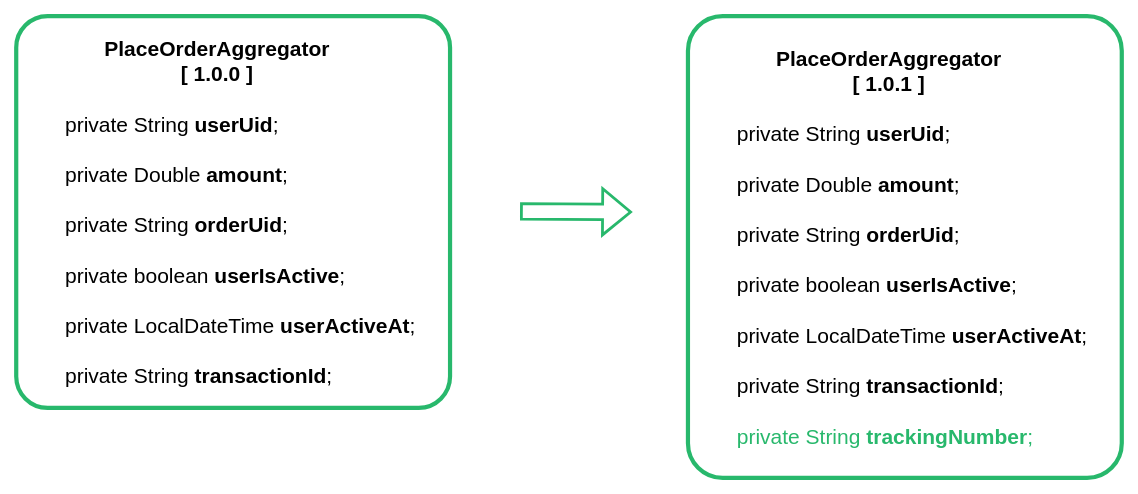
Above: resources/img/Architecture-Stacksaga-aggregator-version-up-casting.drawio.svg in mafei-dev/stacksaga-adoc (draw.io), before the change. Source tidied: cells renumbered, new cells last; positions are measured from the earlier drawing's top-left corner, leaving out a move shared by most shapes. Its diagram source:
```xml
<mxGraphModel>
  <root>
    <mxCell id="0" />
    <mxCell id="1" parent="0" />
    <mxCell id="2" value="&lt;div style=&quot;text-align: center;&quot;&gt;&lt;span style=&quot;font-size: 15px;&quot;&gt;&lt;b&gt;PlaceOrderAggregator&lt;/b&gt;&lt;/span&gt;&lt;br&gt;&lt;/div&gt;&lt;div style=&quot;text-align: center;&quot;&gt;&lt;b style=&quot;font-size: 15px;&quot;&gt;[ 1.0.1 ]&lt;/b&gt;&lt;br&gt;&lt;/div&gt;&lt;div style=&quot;font-size: 15px;&quot;&gt;&lt;br&gt;&lt;/div&gt;&lt;div style=&quot;font-size: 15px;&quot;&gt;&lt;font style=&quot;font-size: 15px;&quot;&gt;&lt;span style=&quot;&quot;&gt;&#9;&lt;/span&gt;&lt;span style=&quot;&quot;&gt;&#9;&lt;/span&gt;&lt;span style=&quot;&quot;&gt;&#9;&lt;/span&gt;&lt;span style=&quot;white-space: pre;&quot;&gt;&#9;&lt;/span&gt;private String &lt;b&gt;userUid&lt;/b&gt;;&lt;/font&gt;&lt;/div&gt;&lt;div style=&quot;font-size: 15px;&quot;&gt;&lt;font style=&quot;font-size: 15px;&quot;&gt;&lt;br&gt;&lt;/font&gt;&lt;/div&gt;&lt;div style=&quot;font-size: 15px;&quot;&gt;&lt;font style=&quot;font-size: 15px;&quot;&gt;&amp;nbsp; &amp;nbsp; &amp;nbsp; &amp;nbsp; private Double &lt;b&gt;amount&lt;/b&gt;;&lt;/font&gt;&lt;/div&gt;&lt;div style=&quot;font-size: 15px;&quot;&gt;&lt;font style=&quot;font-size: 15px;&quot;&gt;&lt;br&gt;&lt;/font&gt;&lt;/div&gt;&lt;div style=&quot;font-size: 15px;&quot;&gt;&lt;font style=&quot;font-size: 15px;&quot;&gt;&amp;nbsp; &amp;nbsp; &amp;nbsp; &amp;nbsp; private String &lt;b&gt;orderUid&lt;/b&gt;;&lt;/font&gt;&lt;/div&gt;&lt;div style=&quot;font-size: 15px;&quot;&gt;&lt;font style=&quot;font-size: 15px;&quot;&gt;&lt;br&gt;&lt;/font&gt;&lt;/div&gt;&lt;div style=&quot;font-size: 15px;&quot;&gt;&lt;font style=&quot;font-size: 15px;&quot;&gt;&amp;nbsp; &amp;nbsp; &amp;nbsp; &amp;nbsp; private boolean &lt;b&gt;userIsActive&lt;/b&gt;;&lt;/font&gt;&lt;/div&gt;&lt;div style=&quot;font-size: 15px;&quot;&gt;&lt;font style=&quot;font-size: 15px;&quot;&gt;&lt;br&gt;&lt;/font&gt;&lt;/div&gt;&lt;div style=&quot;font-size: 15px;&quot;&gt;&lt;font style=&quot;font-size: 15px;&quot;&gt;&amp;nbsp; &amp;nbsp; &amp;nbsp; &amp;nbsp; private LocalDateTime &lt;b&gt;userActiveAt&lt;/b&gt;;&lt;/font&gt;&lt;/div&gt;&lt;div style=&quot;font-size: 15px;&quot;&gt;&lt;font style=&quot;font-size: 15px;&quot;&gt;&lt;br&gt;&lt;/font&gt;&lt;/div&gt;&lt;div style=&quot;font-size: 15px;&quot;&gt;&lt;font style=&quot;font-size: 15px;&quot;&gt;&amp;nbsp; &amp;nbsp; &amp;nbsp; &amp;nbsp; private String &lt;b&gt;transactionId&lt;/b&gt;;&lt;/font&gt;&lt;/div&gt;&lt;div style=&quot;font-size: 15px;&quot;&gt;&lt;font style=&quot;font-size: 15px;&quot;&gt;&lt;span style=&quot;&quot;&gt;&#9;&lt;/span&gt;&lt;br&gt;&lt;/font&gt;&lt;/div&gt;&lt;div style=&quot;font-size: 15px;&quot;&gt;&lt;/div&gt;&lt;span style=&quot;font-size: 15px;&quot;&gt;&lt;span style=&quot;white-space: pre;&quot;&gt;&#9;&lt;/span&gt;&lt;font color=&quot;#28b86c&quot;&gt;private String &lt;b style=&quot;&quot;&gt;trackingNumber&lt;/b&gt;;&lt;/font&gt;&lt;/span&gt;" style="rounded=1;whiteSpace=wrap;html=1;align=left;arcSize=8;strokeColor=#28B86C;strokeWidth=3;" parent="1" vertex="1">
      <mxGeometry x="480" width="310" height="330" as="geometry" />
    </mxCell>
    <mxCell id="3" value="&lt;div style=&quot;text-align: center;&quot;&gt;&lt;span style=&quot;font-size: 15px;&quot;&gt;&lt;b&gt;PlaceOrderAggregator&lt;/b&gt;&lt;/span&gt;&lt;br&gt;&lt;/div&gt;&lt;div style=&quot;text-align: center;&quot;&gt;&lt;b style=&quot;font-size: 15px;&quot;&gt;[ 1.0.0 ]&lt;/b&gt;&lt;br&gt;&lt;/div&gt;&lt;div style=&quot;font-size: 15px;&quot;&gt;&lt;br&gt;&lt;/div&gt;&lt;div style=&quot;font-size: 15px;&quot;&gt;&lt;font style=&quot;font-size: 15px;&quot;&gt;&lt;span style=&quot;&quot;&gt;&#9;&lt;/span&gt;&lt;span style=&quot;&quot;&gt;&#9;&lt;/span&gt;&lt;span style=&quot;white-space: pre;&quot;&gt;&#9;&lt;/span&gt;private String &lt;b&gt;userUid&lt;/b&gt;;&lt;/font&gt;&lt;/div&gt;&lt;div style=&quot;font-size: 15px;&quot;&gt;&lt;font style=&quot;font-size: 15px;&quot;&gt;&lt;br&gt;&lt;/font&gt;&lt;/div&gt;&lt;div style=&quot;font-size: 15px;&quot;&gt;&lt;font style=&quot;font-size: 15px;&quot;&gt;&amp;nbsp; &amp;nbsp; &amp;nbsp; &amp;nbsp; private Double &lt;b&gt;amount&lt;/b&gt;;&lt;/font&gt;&lt;/div&gt;&lt;div style=&quot;font-size: 15px;&quot;&gt;&lt;font style=&quot;font-size: 15px;&quot;&gt;&lt;br&gt;&lt;/font&gt;&lt;/div&gt;&lt;div style=&quot;font-size: 15px;&quot;&gt;&lt;font style=&quot;font-size: 15px;&quot;&gt;&amp;nbsp; &amp;nbsp; &amp;nbsp; &amp;nbsp; private String &lt;b&gt;orderUid&lt;/b&gt;;&lt;/font&gt;&lt;/div&gt;&lt;div style=&quot;font-size: 15px;&quot;&gt;&lt;font style=&quot;font-size: 15px;&quot;&gt;&lt;br&gt;&lt;/font&gt;&lt;/div&gt;&lt;div style=&quot;font-size: 15px;&quot;&gt;&lt;font style=&quot;font-size: 15px;&quot;&gt;&amp;nbsp; &amp;nbsp; &amp;nbsp; &amp;nbsp; private boolean &lt;b&gt;userIsActive&lt;/b&gt;;&lt;/font&gt;&lt;/div&gt;&lt;div style=&quot;font-size: 15px;&quot;&gt;&lt;font style=&quot;font-size: 15px;&quot;&gt;&lt;br&gt;&lt;/font&gt;&lt;/div&gt;&lt;div style=&quot;font-size: 15px;&quot;&gt;&lt;font style=&quot;font-size: 15px;&quot;&gt;&amp;nbsp; &amp;nbsp; &amp;nbsp; &amp;nbsp; private LocalDateTime &lt;b&gt;userActiveAt&lt;/b&gt;;&lt;/font&gt;&lt;/div&gt;&lt;div style=&quot;font-size: 15px;&quot;&gt;&lt;font style=&quot;font-size: 15px;&quot;&gt;&lt;br&gt;&lt;/font&gt;&lt;/div&gt;&lt;div style=&quot;font-size: 15px;&quot;&gt;&lt;font style=&quot;font-size: 15px;&quot;&gt;&amp;nbsp; &amp;nbsp; &amp;nbsp; &amp;nbsp; private String &lt;b&gt;transactionId&lt;/b&gt;;&lt;/font&gt;&lt;/div&gt;" style="rounded=1;whiteSpace=wrap;html=1;align=left;arcSize=8;strokeColor=#28B86C;strokeWidth=3;" parent="1" vertex="1">
      <mxGeometry width="310" height="280" as="geometry" />
    </mxCell>
    <mxCell id="4" style="shape=flexArrow;endArrow=classic;html=1;rounded=0;fontSize=15;fontColor=#00FF00;strokeColor=#28B86C;strokeWidth=2;" parent="1" edge="1">
      <mxGeometry relative="1" as="geometry">
        <mxPoint x="360" y="139.5" as="sourcePoint" />
        <mxPoint x="440" y="140" as="targetPoint" />
      </mxGeometry>
    </mxCell>
  </root>
</mxGraphModel>
```
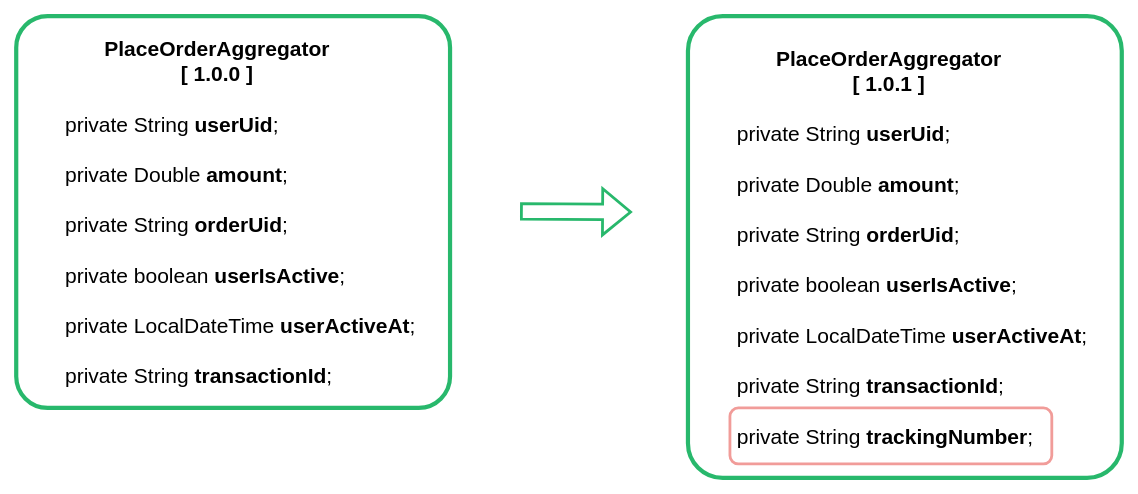
After the change.

What changed in the source:
```diff
@@ -2,7 +2,7 @@
   <root>
     <mxCell id="0" />
     <mxCell id="1" parent="0" />
-    <mxCell id="2" value="&lt;div style=&quot;text-align: center;&quot;&gt;&lt;span style=&quot;font-size: 15px;&quot;&gt;&lt;b&gt;PlaceOrderAggregator&lt;/b&gt;&lt;/span&gt;&lt;br&gt;&lt;/div&gt;&lt;div style=&quot;text-align: center;&quot;&gt;&lt;b style=&quot;font-size: 15px;&quot;&gt;[ 1.0.1 ]&lt;/b&gt;&lt;br&gt;&lt;/div&gt;&lt;div style=&quot;font-size: 15px;&quot;&gt;&lt;br&gt;&lt;/div&gt;&lt;div style=&quot;font-size: 15px;&quot;&gt;&lt;font style=&quot;font-size: 15px;&quot;&gt;&lt;span style=&quot;&quot;&gt;&#9;&lt;/span&gt;&lt;span style=&quot;&quot;&gt;&#9;&lt;/span&gt;&lt;span style=&quot;&quot;&gt;&#9;&lt;/span&gt;&lt;span style=&quot;white-space: pre;&quot;&gt;&#9;&lt;/span&gt;private String &lt;b&gt;userUid&lt;/b&gt;;&lt;/font&gt;&lt;/div&gt;&lt;div style=&quot;font-size: 15px;&quot;&gt;&lt;font style=&quot;font-size: 15px;&quot;&gt;&lt;br&gt;&lt;/font&gt;&lt;/div&gt;&lt;div style=&quot;font-size: 15px;&quot;&gt;&lt;font style=&quot;font-size: 15px;&quot;&gt;&amp;nbsp; &amp;nbsp; &amp;nbsp; &amp;nbsp; private Double &lt;b&gt;amount&lt;/b&gt;;&lt;/font&gt;&lt;/div&gt;&lt;div style=&quot;font-size: 15px;&quot;&gt;&lt;font style=&quot;font-size: 15px;&quot;&gt;&lt;br&gt;&lt;/font&gt;&lt;/div&gt;&lt;div style=&quot;font-size: 15px;&quot;&gt;&lt;font style=&quot;font-size: 15px;&quot;&gt;&amp;nbsp; &amp;nbsp; &amp;nbsp; &amp;nbsp; private String &lt;b&gt;orderUid&lt;/b&gt;;&lt;/font&gt;&lt;/div&gt;&lt;div style=&quot;font-size: 15px;&quot;&gt;&lt;font style=&quot;font-size: 15px;&quot;&gt;&lt;br&gt;&lt;/font&gt;&lt;/div&gt;&lt;div style=&quot;font-size: 15px;&quot;&gt;&lt;font style=&quot;font-size: 15px;&quot;&gt;&amp;nbsp; &amp;nbsp; &amp;nbsp; &amp;nbsp; private boolean &lt;b&gt;userIsActive&lt;/b&gt;;&lt;/font&gt;&lt;/div&gt;&lt;div style=&quot;font-size: 15px;&quot;&gt;&lt;font style=&quot;font-size: 15px;&quot;&gt;&lt;br&gt;&lt;/font&gt;&lt;/div&gt;&lt;div style=&quot;font-size: 15px;&quot;&gt;&lt;font style=&quot;font-size: 15px;&quot;&gt;&amp;nbsp; &amp;nbsp; &amp;nbsp; &amp;nbsp; private LocalDateTime &lt;b&gt;userActiveAt&lt;/b&gt;;&lt;/font&gt;&lt;/div&gt;&lt;div style=&quot;font-size: 15px;&quot;&gt;&lt;font style=&quot;font-size: 15px;&quot;&gt;&lt;br&gt;&lt;/font&gt;&lt;/div&gt;&lt;div style=&quot;font-size: 15px;&quot;&gt;&lt;font style=&quot;font-size: 15px;&quot;&gt;&amp;nbsp; &amp;nbsp; &amp;nbsp; &amp;nbsp; private String &lt;b&gt;transactionId&lt;/b&gt;;&lt;/font&gt;&lt;/div&gt;&lt;div style=&quot;font-size: 15px;&quot;&gt;&lt;font style=&quot;font-size: 15px;&quot;&gt;&lt;span style=&quot;&quot;&gt;&#9;&lt;/span&gt;&lt;br&gt;&lt;/font&gt;&lt;/div&gt;&lt;div style=&quot;font-size: 15px;&quot;&gt;&lt;/div&gt;&lt;span style=&quot;font-size: 15px;&quot;&gt;&lt;span style=&quot;white-space: pre;&quot;&gt;&#9;&lt;/span&gt;&lt;font color=&quot;#28b86c&quot;&gt;private String &lt;b style=&quot;&quot;&gt;trackingNumber&lt;/b&gt;;&lt;/font&gt;&lt;/span&gt;" style="rounded=1;whiteSpace=wrap;html=1;align=left;arcSize=8;strokeColor=#28B86C;strokeWidth=3;" parent="1" vertex="1">
+    <mxCell id="2" value="&lt;div style=&quot;text-align: center;&quot;&gt;&lt;span style=&quot;font-size: 15px;&quot;&gt;&lt;b&gt;PlaceOrderAggregator&lt;/b&gt;&lt;/span&gt;&lt;br&gt;&lt;/div&gt;&lt;div style=&quot;text-align: center;&quot;&gt;&lt;b style=&quot;font-size: 15px;&quot;&gt;[ 1.0.1 ]&lt;/b&gt;&lt;br&gt;&lt;/div&gt;&lt;div style=&quot;font-size: 15px;&quot;&gt;&lt;br&gt;&lt;/div&gt;&lt;div style=&quot;font-size: 15px;&quot;&gt;&lt;font style=&quot;font-size: 15px;&quot;&gt;&lt;span style=&quot;&quot;&gt;&#9;&lt;/span&gt;&lt;span style=&quot;&quot;&gt;&#9;&lt;/span&gt;&lt;span style=&quot;&quot;&gt;&#9;&lt;/span&gt;&lt;span style=&quot;white-space: pre;&quot;&gt;&#9;&lt;/span&gt;private String &lt;b&gt;userUid&lt;/b&gt;;&lt;/font&gt;&lt;/div&gt;&lt;div style=&quot;font-size: 15px;&quot;&gt;&lt;font style=&quot;font-size: 15px;&quot;&gt;&lt;br&gt;&lt;/font&gt;&lt;/div&gt;&lt;div style=&quot;font-size: 15px;&quot;&gt;&lt;font style=&quot;font-size: 15px;&quot;&gt;&amp;nbsp; &amp;nbsp; &amp;nbsp; &amp;nbsp; private Double &lt;b&gt;amount&lt;/b&gt;;&lt;/font&gt;&lt;/div&gt;&lt;div style=&quot;font-size: 15px;&quot;&gt;&lt;font style=&quot;font-size: 15px;&quot;&gt;&lt;br&gt;&lt;/font&gt;&lt;/div&gt;&lt;div style=&quot;font-size: 15px;&quot;&gt;&lt;font style=&quot;font-size: 15px;&quot;&gt;&amp;nbsp; &amp;nbsp; &amp;nbsp; &amp;nbsp; private String &lt;b&gt;orderUid&lt;/b&gt;;&lt;/font&gt;&lt;/div&gt;&lt;div style=&quot;font-size: 15px;&quot;&gt;&lt;font style=&quot;font-size: 15px;&quot;&gt;&lt;br&gt;&lt;/font&gt;&lt;/div&gt;&lt;div style=&quot;font-size: 15px;&quot;&gt;&lt;font style=&quot;font-size: 15px;&quot;&gt;&amp;nbsp; &amp;nbsp; &amp;nbsp; &amp;nbsp; private boolean &lt;b&gt;userIsActive&lt;/b&gt;;&lt;/font&gt;&lt;/div&gt;&lt;div style=&quot;font-size: 15px;&quot;&gt;&lt;font style=&quot;font-size: 15px;&quot;&gt;&lt;br&gt;&lt;/font&gt;&lt;/div&gt;&lt;div style=&quot;font-size: 15px;&quot;&gt;&lt;font style=&quot;font-size: 15px;&quot;&gt;&amp;nbsp; &amp;nbsp; &amp;nbsp; &amp;nbsp; private LocalDateTime &lt;b&gt;userActiveAt&lt;/b&gt;;&lt;/font&gt;&lt;/div&gt;&lt;div style=&quot;font-size: 15px;&quot;&gt;&lt;font style=&quot;font-size: 15px;&quot;&gt;&lt;br&gt;&lt;/font&gt;&lt;/div&gt;&lt;div style=&quot;font-size: 15px;&quot;&gt;&lt;font style=&quot;font-size: 15px;&quot;&gt;&amp;nbsp; &amp;nbsp; &amp;nbsp; &amp;nbsp; private String &lt;b&gt;transactionId&lt;/b&gt;;&lt;/font&gt;&lt;/div&gt;&lt;div style=&quot;font-size: 15px;&quot;&gt;&lt;font style=&quot;font-size: 15px;&quot;&gt;&lt;span style=&quot;&quot;&gt;&#9;&lt;/span&gt;&lt;br&gt;&lt;/font&gt;&lt;/div&gt;&lt;div style=&quot;font-size: 15px;&quot;&gt;&lt;/div&gt;&lt;span style=&quot;font-size: 15px;&quot;&gt;&lt;span style=&quot;white-space: pre;&quot;&gt;&#9;&lt;/span&gt;private String &lt;b style=&quot;&quot;&gt;trackingNumber&lt;/b&gt;;&lt;/span&gt;" style="rounded=1;whiteSpace=wrap;html=1;align=left;arcSize=8;strokeColor=#28B86C;strokeWidth=3;" parent="1" vertex="1">
       <mxGeometry x="480" width="310" height="330" as="geometry" />
     </mxCell>
     <mxCell id="3" value="&lt;div style=&quot;text-align: center;&quot;&gt;&lt;span style=&quot;font-size: 15px;&quot;&gt;&lt;b&gt;PlaceOrderAggregator&lt;/b&gt;&lt;/span&gt;&lt;br&gt;&lt;/div&gt;&lt;div style=&quot;text-align: center;&quot;&gt;&lt;b style=&quot;font-size: 15px;&quot;&gt;[ 1.0.0 ]&lt;/b&gt;&lt;br&gt;&lt;/div&gt;&lt;div style=&quot;font-size: 15px;&quot;&gt;&lt;br&gt;&lt;/div&gt;&lt;div style=&quot;font-size: 15px;&quot;&gt;&lt;font style=&quot;font-size: 15px;&quot;&gt;&lt;span style=&quot;&quot;&gt;&#9;&lt;/span&gt;&lt;span style=&quot;&quot;&gt;&#9;&lt;/span&gt;&lt;span style=&quot;white-space: pre;&quot;&gt;&#9;&lt;/span&gt;private String &lt;b&gt;userUid&lt;/b&gt;;&lt;/font&gt;&lt;/div&gt;&lt;div style=&quot;font-size: 15px;&quot;&gt;&lt;font style=&quot;font-size: 15px;&quot;&gt;&lt;br&gt;&lt;/font&gt;&lt;/div&gt;&lt;div style=&quot;font-size: 15px;&quot;&gt;&lt;font style=&quot;font-size: 15px;&quot;&gt;&amp;nbsp; &amp;nbsp; &amp;nbsp; &amp;nbsp; private Double &lt;b&gt;amount&lt;/b&gt;;&lt;/font&gt;&lt;/div&gt;&lt;div style=&quot;font-size: 15px;&quot;&gt;&lt;font style=&quot;font-size: 15px;&quot;&gt;&lt;br&gt;&lt;/font&gt;&lt;/div&gt;&lt;div style=&quot;font-size: 15px;&quot;&gt;&lt;font style=&quot;font-size: 15px;&quot;&gt;&amp;nbsp; &amp;nbsp; &amp;nbsp; &amp;nbsp; private String &lt;b&gt;orderUid&lt;/b&gt;;&lt;/font&gt;&lt;/div&gt;&lt;div style=&quot;font-size: 15px;&quot;&gt;&lt;font style=&quot;font-size: 15px;&quot;&gt;&lt;br&gt;&lt;/font&gt;&lt;/div&gt;&lt;div style=&quot;font-size: 15px;&quot;&gt;&lt;font style=&quot;font-size: 15px;&quot;&gt;&amp;nbsp; &amp;nbsp; &amp;nbsp; &amp;nbsp; private boolean &lt;b&gt;userIsActive&lt;/b&gt;;&lt;/font&gt;&lt;/div&gt;&lt;div style=&quot;font-size: 15px;&quot;&gt;&lt;font style=&quot;font-size: 15px;&quot;&gt;&lt;br&gt;&lt;/font&gt;&lt;/div&gt;&lt;div style=&quot;font-size: 15px;&quot;&gt;&lt;font style=&quot;font-size: 15px;&quot;&gt;&amp;nbsp; &amp;nbsp; &amp;nbsp; &amp;nbsp; private LocalDateTime &lt;b&gt;userActiveAt&lt;/b&gt;;&lt;/font&gt;&lt;/div&gt;&lt;div style=&quot;font-size: 15px;&quot;&gt;&lt;font style=&quot;font-size: 15px;&quot;&gt;&lt;br&gt;&lt;/font&gt;&lt;/div&gt;&lt;div style=&quot;font-size: 15px;&quot;&gt;&lt;font style=&quot;font-size: 15px;&quot;&gt;&amp;nbsp; &amp;nbsp; &amp;nbsp; &amp;nbsp; private String &lt;b&gt;transactionId&lt;/b&gt;;&lt;/font&gt;&lt;/div&gt;" style="rounded=1;whiteSpace=wrap;html=1;align=left;arcSize=8;strokeColor=#28B86C;strokeWidth=3;" parent="1" vertex="1">
@@ -14,5 +14,8 @@
         <mxPoint x="440" y="140" as="targetPoint" />
       </mxGeometry>
     </mxCell>
+    <mxCell id="5" style="rounded=1;whiteSpace=wrap;html=1;strokeColor=#F19C99;fillColor=none;strokeWidth=2;" parent="1" vertex="1">
+      <mxGeometry x="510" y="280" width="230" height="40" as="geometry" />
+    </mxCell>
   </root>
 </mxGraphModel>
```
